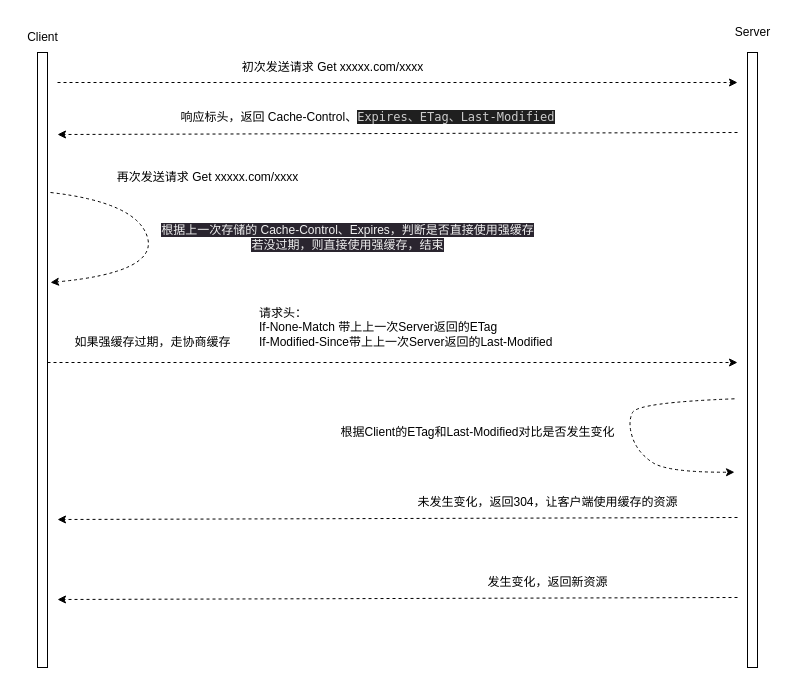
huangyunt/huangyunt.github.io keeps this draw.io diagram as drawio/example.drawio. Above is the earlier version. Source tidied: cells renumbered, new cells numbered last; positions are measured from the earlier drawing's top-left corner, leaving out a move shared by most shapes. Both pictures are drawn from the tidied source at 100%, with x=0, y=0 at pixel (17, 17).
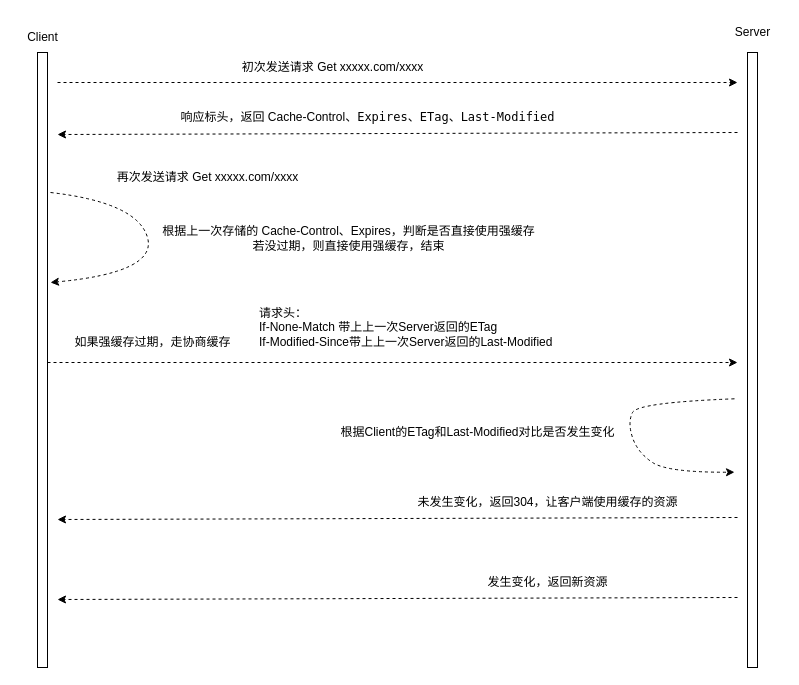
The same page after the edit.

What changed in the source:
```diff
@@
-    <mxCell id="9" value="响应标头，返回 Cache-Control、&lt;span style=&quot;background-color: rgb(31, 31, 31); color: rgb(204, 204, 204); font-family: Menlo, Monaco, &amp;quot;Courier New&amp;quot;, monospace;&quot;&gt;Expires、ETag、Last-Modified&lt;/span&gt;" style="text;html=1;align=center;verticalAlign=middle;strokeColor=none;fillColor=none;" parent="1" vertex="1">
-      <mxGeometry x="150" y="85" width="400" height="30" as="geometry" />
+    <mxCell id="9" value="&lt;span style=&quot;background-color: rgb(255, 255, 255);&quot;&gt;响应标头，返回 Cache-Control、&lt;span style=&quot;font-family: Menlo, Monaco, &amp;quot;Courier New&amp;quot;, monospace;&quot;&gt;Expires、ETag、Last-Modified&lt;/span&gt;&lt;/span&gt;" style="text;html=1;align=center;verticalAlign=middle;strokeColor=none;fillColor=none;" parent="1" vertex="1">
+      <mxGeometry x="154" y="87" width="392" height="26" as="geometry" />
     </mxCell>
@@
-    <mxCell id="12" value="&lt;span style=&quot;color: rgb(240, 240, 240); font-family: Helvetica; font-size: 12px; font-style: normal; font-variant-ligatures: normal; font-variant-caps: normal; font-weight: 400; letter-spacing: normal; orphans: 2; text-align: center; text-indent: 0px; text-transform: none; widows: 2; word-spacing: 0px; -webkit-text-stroke-width: 0px; background-color: rgb(42, 37, 47); text-decoration-thickness: initial; text-decoration-style: initial; text-decoration-color: initial; float: none; display: inline !important;&quot;&gt;根据上一次存储的 Cache-Control、Expires，判断是否直接使用强缓存&lt;br&gt;若没过期，则直接使用强缓存，结束&lt;br&gt;&lt;/span&gt;" style="text;html=1;align=center;verticalAlign=middle;strokeColor=none;fillColor=none;" parent="1" vertex="1">
-      <mxGeometry x="130" y="200" width="400" height="40" as="geometry" />
+    <mxCell id="12" value="&lt;span style=&quot;font-family: Helvetica; font-size: 12px; font-style: normal; font-variant-ligatures: normal; font-variant-caps: normal; font-weight: 400; letter-spacing: normal; orphans: 2; text-align: center; text-indent: 0px; text-transform: none; widows: 2; word-spacing: 0px; -webkit-text-stroke-width: 0px; text-decoration-thickness: initial; text-decoration-style: initial; text-decoration-color: initial; float: none; display: inline !important;&quot;&gt;&lt;span style=&quot;background-color: rgb(255, 255, 255);&quot;&gt;根据上一次存储的 Cache-Control、Expires，判断是否直接使用强缓存&lt;br&gt;若没过期，则直接使用强缓存，结束&lt;/span&gt;&lt;br&gt;&lt;/span&gt;" style="text;html=1;align=center;verticalAlign=middle;strokeColor=none;fillColor=none;" parent="1" vertex="1">
+      <mxGeometry x="135" y="200" width="391" height="41" as="geometry" />
     </mxCell>
```
